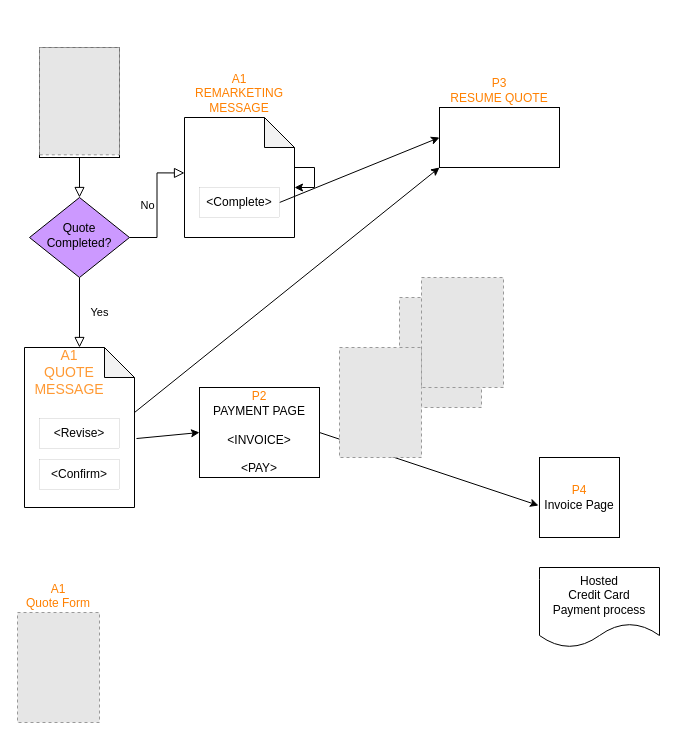
Before: WeddingAutoQuote.drawio in MikeMooreSOH/MikeMooreSOH, a draw.io diagram. Source tidied: cells renumbered, new cells numbered last; positions are measured from the earlier drawing's top-left corner, leaving out a move shared by most shapes. Both pictures are drawn from the tidied source at 100%, with x=0, y=0 at pixel (17, 47). Pictures stored in the file or linked from it are replaced by grey dashed boxes.
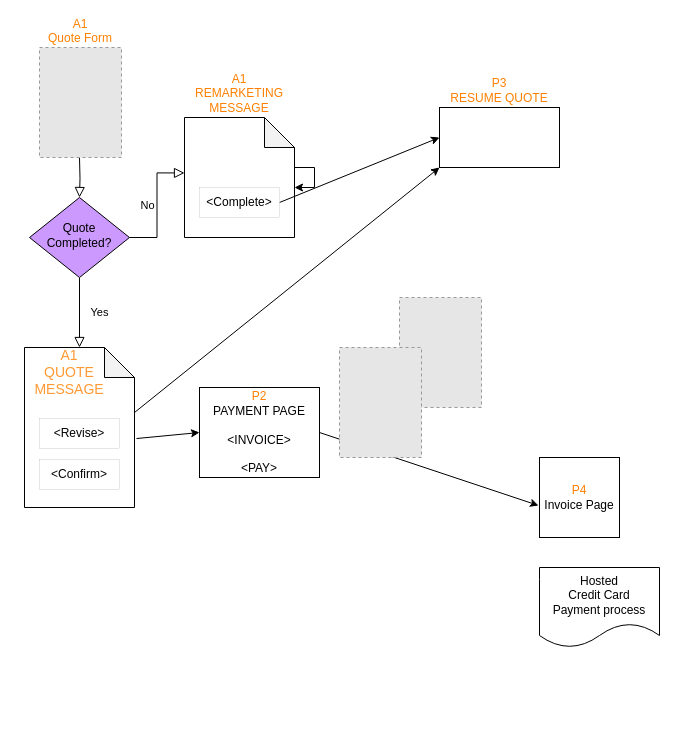
After the change.

Unchanged cells that the change refers to:
```xml
<mxCell id="6" value="Quote Completed?" style="rhombus;whiteSpace=wrap;html=1;shadow=0;fontFamily=Helvetica;fontSize=12;align=center;strokeWidth=1;spacing=6;spacingTop=-4;fillColor=#CC99FF;" parent="1" vertex="1">
  <mxGeometry x="12" y="150" width="100" height="80" as="geometry" />
</mxCell>
```

The edit, as a diff of the source:
```diff
@@
-    <mxCell id="2" style="rounded=0;html=1;jettySize=auto;fontSize=11;endArrow=block;endFill=0;endSize=8;strokeWidth=1;shadow=0;labelBackgroundColor=none;edgeStyle=orthogonalEdgeStyle;" parent="1" edge="1" source="3" target="6">
-      <mxGeometry relative="1" as="geometry" />
+    <mxCell id="2" style="rounded=0;html=1;jettySize=auto;fontSize=11;endArrow=block;endFill=0;endSize=8;strokeWidth=1;shadow=0;labelBackgroundColor=none;edgeStyle=orthogonalEdgeStyle;" parent="1" edge="1" target="6">
+      <mxGeometry relative="1" as="geometry">
+        <mxPoint x="62" y="110" as="sourcePoint" />
+      </mxGeometry>
     </mxCell>
-    <mxCell id="3" style="rounded=0;whiteSpace=wrap;html=1;fontSize=12;glass=0;strokeWidth=1;shadow=0;labelPosition=center;verticalLabelPosition=top;align=center;verticalAlign=bottom;fontColor=#FF8000;" parent="1" vertex="1">
-      <mxGeometry x="22" width="80" height="110" as="geometry" />
-    </mxCell>
@@
-    <mxCell id="24" style="fillColor=#E6E6E6;strokeColor=#999999;dashed=1;verticalLabelPosition=bottom;verticalAlign=top;fontSize=10;fontColor=#FF8000;" parent="1" vertex="1">
-      <mxGeometry x="404" y="230" width="82" height="110" as="geometry" />
-    </mxCell>
-    <mxCell id="25" style="fillColor=#E6E6E6;strokeColor=#999999;dashed=1;verticalLabelPosition=bottom;verticalAlign=top;fontSize=10;fontColor=#FF8000;" parent="1" vertex="1">
-      <mxGeometry x="22" width="80" height="107.3" as="geometry" />
-    </mxCell>
     <mxCell id="26" value="A1&#10;Quote Form" style="fillColor=#E6E6E6;strokeColor=#999999;dashed=1;verticalLabelPosition=top;verticalAlign=bottom;labelPosition=center;align=center;fontColor=#FF8000;" parent="1" vertex="1">
-      <mxGeometry y="565" width="82" height="110" as="geometry" />
+      <mxGeometry x="22" width="82" height="110" as="geometry" />
     </mxCell>
```
